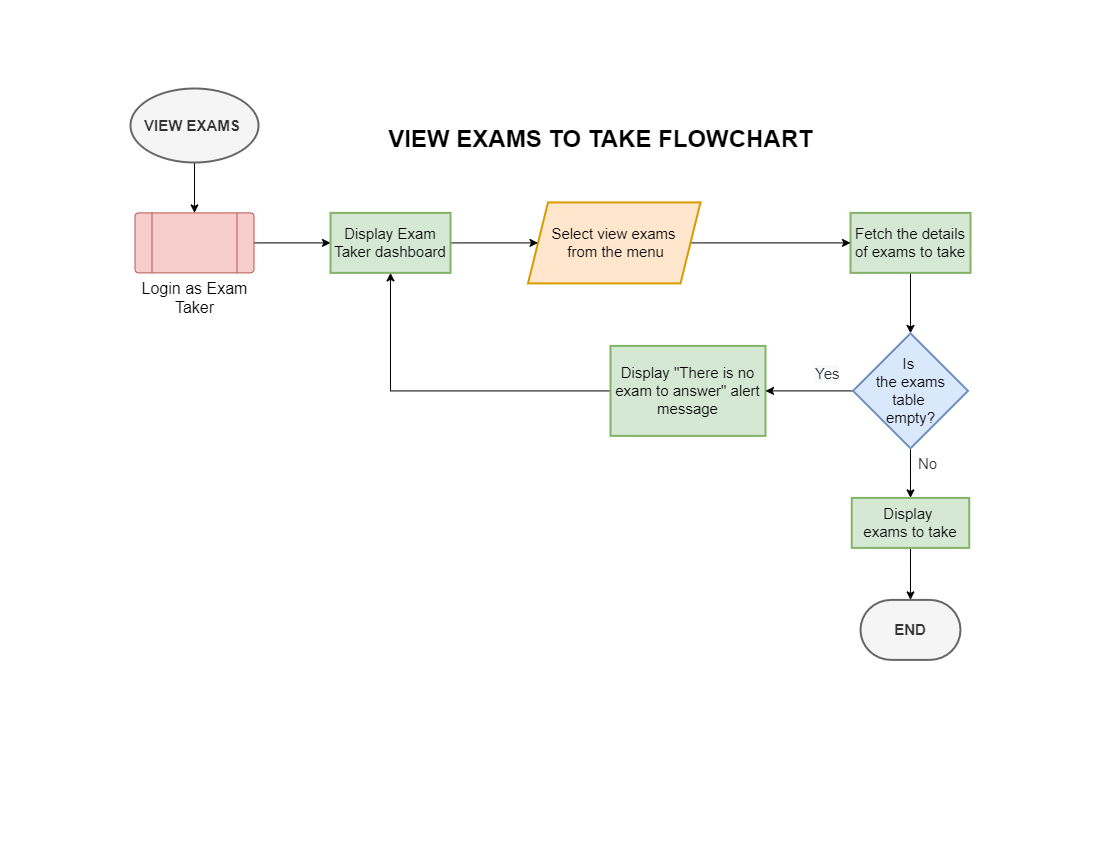
walteribloguintoledo/PUP2022 keeps this draw.io diagram as Gallardo/OnlineExam/online exam flowcharts/exam taker/Online exam flowchart-VIEW EXAMS TO TAKE FLOWCHART.drawio.png. Above is the earlier version. Source tidied: cells renumbered, new cells last; positions are measured from the earlier drawing's top-left corner, leaving out a move shared by most shapes.
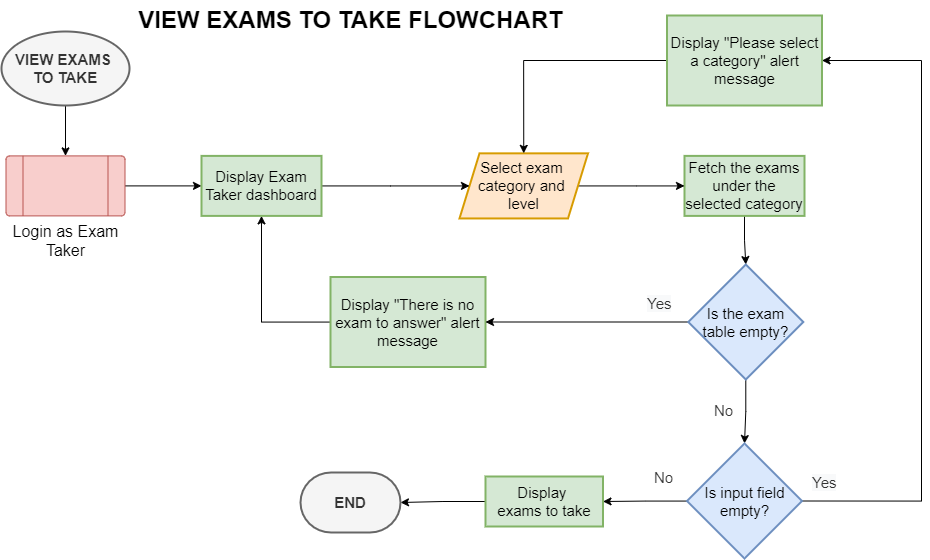
After the change.

Change to the diagram source:
```diff
@@ -5,65 +5,91 @@
     <mxCell id="2" style="edgeStyle=orthogonalEdgeStyle;rounded=0;jettySize=auto;html=1;" parent="1" edge="1" source="3" target="5">
       <mxGeometry relative="1" as="geometry" />
     </mxCell>
-    <mxCell id="3" value="&lt;b&gt;VIEW EXAMS&amp;nbsp;&lt;/b&gt;" style="strokeWidth=2;html=1;shape=mxgraph.flowchart.start_1;whiteSpace=wrap;fontSize=15;fillColor=#f5f5f5;fontColor=#333333;strokeColor=#666666;" parent="1" vertex="1">
-      <mxGeometry width="128" height="74" as="geometry" />
+    <mxCell id="3" value="&lt;b&gt;VIEW EXAMS &lt;br&gt;TO TAKE&lt;/b&gt;" style="strokeWidth=2;html=1;shape=mxgraph.flowchart.start_1;whiteSpace=wrap;fontSize=15;fillColor=#f5f5f5;fontColor=#333333;strokeColor=#666666;" parent="1" vertex="1">
+      <mxGeometry x="-40" y="69" width="128" height="74" as="geometry" />
     </mxCell>
     <mxCell id="4" style="edgeStyle=orthogonalEdgeStyle;rounded=0;jettySize=auto;html=1;" parent="1" edge="1" source="5" target="19">
       <mxGeometry relative="1" as="geometry" />
     </mxCell>
     <mxCell id="5" value="&lt;font style=&quot;font-size: 16px;&quot;&gt;Login as Exam Taker&lt;/font&gt;" style="verticalLabelPosition=bottom;verticalAlign=top;html=1;shape=process;whiteSpace=wrap;rounded=1;size=0.14;arcSize=6;fontSize=14;fillColor=#f8cecc;strokeColor=#b85450;" parent="1" vertex="1">
-      <mxGeometry x="4.5" y="124.4" width="119" height="60" as="geometry" />
+      <mxGeometry x="-35.5" y="193.4" width="119" height="60" as="geometry" />
     </mxCell>
     <mxCell id="6" style="edgeStyle=orthogonalEdgeStyle;rounded=0;jettySize=auto;html=1;" parent="1" edge="1" source="7" target="22">
       <mxGeometry relative="1" as="geometry" />
     </mxCell>
-    <mxCell id="7" value="Fetch the details of exams to take" style="whiteSpace=wrap;html=1;fontSize=15;fillColor=#d5e8d4;strokeColor=#82b366;strokeWidth=2;" parent="1" vertex="1">
-      <mxGeometry x="720" y="124.4" width="120" height="60" as="geometry" />
+    <mxCell id="7" value="Fetch the exams under the selected category" style="whiteSpace=wrap;html=1;fontSize=15;fillColor=#d5e8d4;strokeColor=#82b366;strokeWidth=2;" parent="1" vertex="1">
+      <mxGeometry x="643" y="193.4" width="120" height="60" as="geometry" />
     </mxCell>
     <mxCell id="8" value="VIEW EXAMS TO TAKE FLOWCHART" style="text;strokeColor=none;fillColor=none;html=1;fontSize=24;fontStyle=1;verticalAlign=middle;align=center;" parent="1" vertex="1">
-      <mxGeometry x="420" y="31" width="100" height="40" as="geometry" />
+      <mxGeometry x="259" y="38" width="100" height="40" as="geometry" />
     </mxCell>
-    <mxCell id="9" style="edgeStyle=orthogonalEdgeStyle;rounded=0;jettySize=auto;html=1;entryX=0.5;entryY=0;entryDx=0;entryDy=0;entryPerimeter=0;" parent="1" edge="1" source="10" target="13">
+    <mxCell id="9" style="edgeStyle=orthogonalEdgeStyle;rounded=0;jettySize=auto;html=1;" parent="1" edge="1" source="10" target="13">
       <mxGeometry relative="1" as="geometry" />
     </mxCell>
     <mxCell id="10" value="Display&amp;nbsp;&lt;br&gt;exams to take" style="whiteSpace=wrap;html=1;fontSize=15;fillColor=#d5e8d4;strokeColor=#82b366;strokeWidth=2;" parent="1" vertex="1">
-      <mxGeometry x="721.2" y="409.4" width="117.5" height="50" as="geometry" />
+      <mxGeometry x="444" y="514" width="117.5" height="50" as="geometry" />
     </mxCell>
     <mxCell id="11" style="edgeStyle=orthogonalEdgeStyle;rounded=0;jettySize=auto;html=1;entryX=0.5;entryY=1;entryDx=0;entryDy=0;" parent="1" edge="1" source="12" target="19">
       <mxGeometry relative="1" as="geometry" />
     </mxCell>
     <mxCell id="12" value="Display &quot;There is no exam to answer&quot; alert message" style="whiteSpace=wrap;html=1;fontSize=15;fillColor=#d5e8d4;strokeColor=#82b366;strokeWidth=2;" parent="1" vertex="1">
-      <mxGeometry x="480" y="257.4" width="155" height="90" as="geometry" />
+      <mxGeometry x="289" y="314.5" width="155" height="90" as="geometry" />
     </mxCell>
     <mxCell id="13" value="&lt;b&gt;END&lt;/b&gt;" style="strokeWidth=2;html=1;shape=mxgraph.flowchart.terminator;whiteSpace=wrap;fontSize=15;fillColor=#f5f5f5;fontColor=#333333;strokeColor=#666666;" parent="1" vertex="1">
-      <mxGeometry x="730" y="511.4" width="100" height="60" as="geometry" />
+      <mxGeometry x="259" y="510" width="100" height="60" as="geometry" />
     </mxCell>
     <mxCell id="14" value="&lt;span style=&quot;color: rgb(51, 51, 51); font-family: Helvetica; font-size: 15px; font-style: normal; font-variant-ligatures: normal; font-variant-caps: normal; font-weight: 400; letter-spacing: normal; orphans: 2; text-align: center; text-indent: 0px; text-transform: none; widows: 2; word-spacing: 0px; -webkit-text-stroke-width: 0px; background-color: rgb(248, 249, 250); text-decoration-thickness: initial; text-decoration-style: initial; text-decoration-color: initial; float: none; display: inline !important;&quot;&gt;Yes&lt;/span&gt;" style="text;whiteSpace=wrap;html=1;fontSize=15;" parent="1" vertex="1">
-      <mxGeometry x="683" y="270.4" width="32" height="32" as="geometry" />
+      <mxGeometry x="604" y="326" width="32" height="32" as="geometry" />
     </mxCell>
     <mxCell id="15" value="&lt;div style=&quot;text-align: center;&quot;&gt;&lt;span style=&quot;background-color: initial;&quot;&gt;&lt;font color=&quot;#333333&quot;&gt;No&lt;/font&gt;&lt;/span&gt;&lt;/div&gt;" style="text;whiteSpace=wrap;html=1;fontSize=15;" parent="1" vertex="1">
-      <mxGeometry x="786" y="359.9" width="32" height="32" as="geometry" />
+      <mxGeometry x="671" y="433" width="32" height="32" as="geometry" />
     </mxCell>
     <mxCell id="16" style="edgeStyle=orthogonalEdgeStyle;rounded=0;jettySize=auto;html=1;" parent="1" edge="1" source="17" target="7">
       <mxGeometry relative="1" as="geometry" />
     </mxCell>
-    <mxCell id="17" value="Select view exams&lt;br&gt;&amp;nbsp;from the menu" style="shape=parallelogram;perimeter=parallelogramPerimeter;whiteSpace=wrap;html=1;fixedSize=1;fontSize=15;fillColor=#ffe6cc;strokeColor=#d79b00;strokeWidth=2;" parent="1" vertex="1">
-      <mxGeometry x="397.5" y="113.9" width="172.5" height="81" as="geometry" />
+    <mxCell id="17" value="Select exam &lt;br&gt;category and &lt;br&gt;level" style="shape=parallelogram;perimeter=parallelogramPerimeter;whiteSpace=wrap;html=1;fixedSize=1;fontSize=15;fillColor=#ffe6cc;strokeColor=#d79b00;strokeWidth=2;" parent="1" vertex="1">
+      <mxGeometry x="418" y="190.9" width="128.5" height="65.1" as="geometry" />
     </mxCell>
     <mxCell id="18" style="edgeStyle=orthogonalEdgeStyle;rounded=0;jettySize=auto;html=1;" parent="1" edge="1" source="19" target="17">
       <mxGeometry relative="1" as="geometry" />
     </mxCell>
     <mxCell id="19" value="Display Exam Taker dashboard" style="whiteSpace=wrap;html=1;fontSize=15;fillColor=#d5e8d4;strokeColor=#82b366;strokeWidth=2;" parent="1" vertex="1">
-      <mxGeometry x="200" y="124.4" width="120" height="60" as="geometry" />
+      <mxGeometry x="160" y="193.4" width="120" height="60" as="geometry" />
     </mxCell>
+    <mxCell id="23" style="edgeStyle=orthogonalEdgeStyle;rounded=0;jettySize=auto;html=1;" parent="1" edge="1" source="22" target="26">
+      <mxGeometry relative="1" as="geometry" />
+    </mxCell>
-    <mxCell id="20" style="edgeStyle=orthogonalEdgeStyle;rounded=0;jettySize=auto;html=1;" parent="1" edge="1" source="22" target="12">
+    <mxCell id="20" style="edgeStyle=orthogonalEdgeStyle;rounded=0;jettySize=auto;html=1;exitX=0;exitY=0.5;exitDx=0;exitDy=0;entryX=1;entryY=0.5;entryDx=0;entryDy=0;" parent="1" edge="1" source="22" target="12">
       <mxGeometry relative="1" as="geometry" />
     </mxCell>
-    <mxCell id="21" style="edgeStyle=orthogonalEdgeStyle;rounded=0;jettySize=auto;html=1;" parent="1" edge="1" source="22" target="10">
-      <mxGeometry relative="1" as="geometry" />
-    </mxCell>
-    <mxCell id="22" value="Is &lt;br&gt;the exams&lt;br&gt;table &lt;br&gt;empty?" style="rhombus;whiteSpace=wrap;html=1;fontSize=15;fillColor=#dae8fc;strokeColor=#6c8ebf;strokeWidth=2;" parent="1" vertex="1">
-      <mxGeometry x="722.5" y="244.9" width="115" height="115" as="geometry" />
+    <mxCell id="22" value="Is the exam table empty?" style="rhombus;whiteSpace=wrap;html=1;fontSize=15;fillColor=#dae8fc;strokeColor=#6c8ebf;strokeWidth=2;" parent="1" vertex="1">
+      <mxGeometry x="646.8" y="302" width="115" height="115" as="geometry" />
     </mxCell>
+    <mxCell id="24" style="edgeStyle=orthogonalEdgeStyle;rounded=0;jettySize=auto;html=1;exitX=1;exitY=0.5;exitDx=0;exitDy=0;entryX=1;entryY=0.5;entryDx=0;entryDy=0;" parent="1" edge="1" source="26" target="28">
+      <mxGeometry relative="1" as="geometry">
+        <Array as="points">
+          <mxPoint x="880" y="539" />
+          <mxPoint x="880" y="98" />
+        </Array>
+      </mxGeometry>
+    </mxCell>
+    <mxCell id="25" style="edgeStyle=orthogonalEdgeStyle;rounded=0;jettySize=auto;html=1;" parent="1" edge="1" source="26" target="10">
+      <mxGeometry relative="1" as="geometry" />
+    </mxCell>
+    <mxCell id="26" value="Is input field empty?" style="rhombus;whiteSpace=wrap;html=1;fontSize=15;fillColor=#dae8fc;strokeColor=#6c8ebf;strokeWidth=2;" parent="1" vertex="1">
+      <mxGeometry x="645.5" y="481" width="115" height="115" as="geometry" />
+    </mxCell>
+    <mxCell id="27" style="edgeStyle=orthogonalEdgeStyle;rounded=0;jettySize=auto;html=1;exitX=0;exitY=0.5;exitDx=0;exitDy=0;entryX=0.5;entryY=0;entryDx=0;entryDy=0;" parent="1" edge="1" source="28" target="17">
+      <mxGeometry relative="1" as="geometry" />
+    </mxCell>
+    <mxCell id="28" value="Display &quot;Please select a category&quot; alert message" style="whiteSpace=wrap;html=1;fontSize=15;fillColor=#d5e8d4;strokeColor=#82b366;strokeWidth=2;" parent="1" vertex="1">
+      <mxGeometry x="625.5" y="53" width="155" height="90" as="geometry" />
+    </mxCell>
+    <mxCell id="29" value="&lt;span style=&quot;color: rgb(51, 51, 51); font-family: Helvetica; font-size: 15px; font-style: normal; font-variant-ligatures: normal; font-variant-caps: normal; font-weight: 400; letter-spacing: normal; orphans: 2; text-align: center; text-indent: 0px; text-transform: none; widows: 2; word-spacing: 0px; -webkit-text-stroke-width: 0px; background-color: rgb(248, 249, 250); text-decoration-thickness: initial; text-decoration-style: initial; text-decoration-color: initial; float: none; display: inline !important;&quot;&gt;Yes&lt;/span&gt;" style="text;whiteSpace=wrap;html=1;fontSize=15;" parent="1" vertex="1">
+      <mxGeometry x="769" y="505" width="32" height="32" as="geometry" />
+    </mxCell>
+    <mxCell id="30" value="&lt;div style=&quot;text-align: center;&quot;&gt;&lt;span style=&quot;background-color: initial;&quot;&gt;&lt;font color=&quot;#333333&quot;&gt;No&lt;/font&gt;&lt;/span&gt;&lt;/div&gt;" style="text;whiteSpace=wrap;html=1;fontSize=15;" parent="1" vertex="1">
+      <mxGeometry x="611" y="500" width="32" height="32" as="geometry" />
+    </mxCell>
   </root>
 </mxGraphModel>
```
